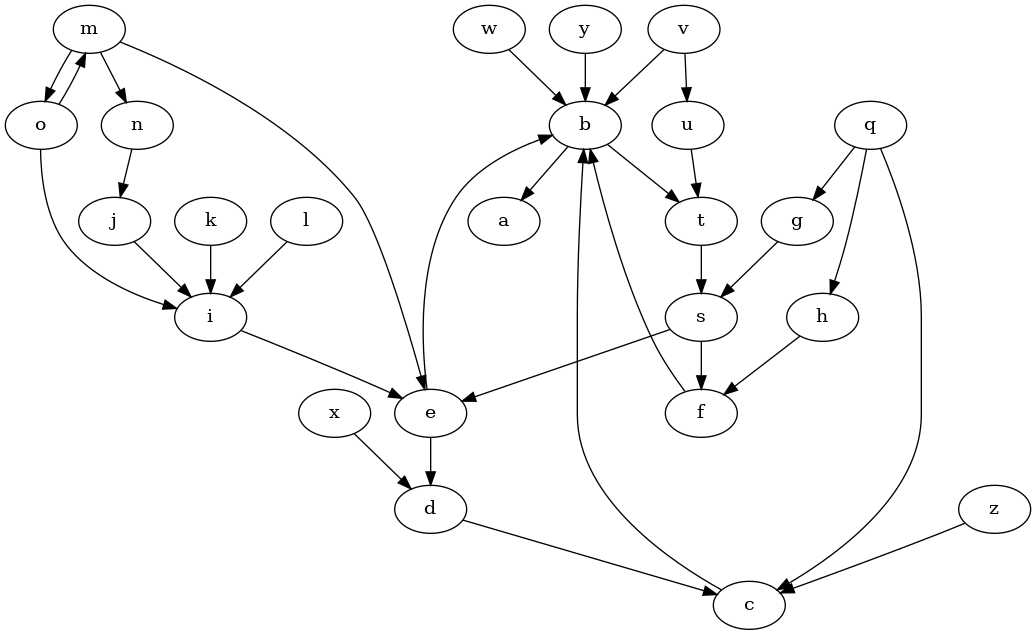
Before: XLoKR-2023/2-Statelog_version/output/uncolored_graph.png, a diagram exported from Graphviz (idaks/Games-and-Argumentation). Its source is kept beside it as XLoKR-2023/2-Statelog_version/output/uncolored_graph.dot.
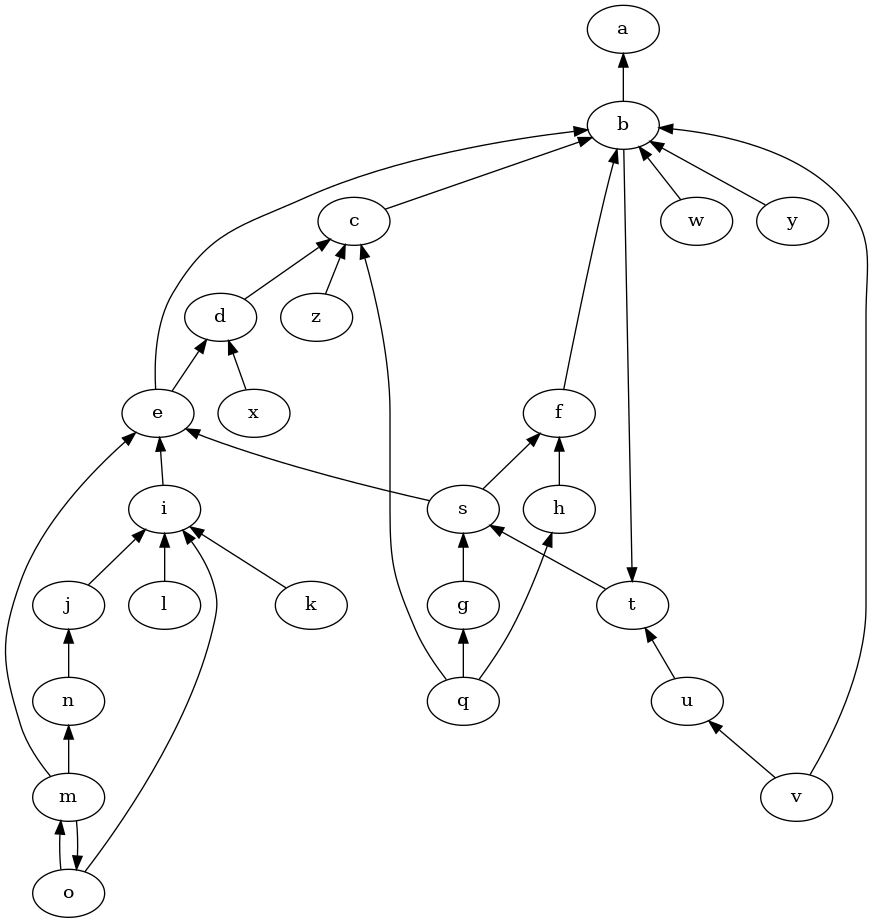
The same file after the commit.

Diff of the diagram source:
```diff
@@ -1,34 +1,34 @@
 strict digraph "" {
-	b -> a	[dir=forward];
-	b -> t	[dir=forward];
-	t -> s	[dir=forward];
-	c -> b	[dir=forward];
-	d -> c	[dir=forward];
-	e -> b	[dir=forward];
-	e -> d	[dir=forward];
-	f -> b	[dir=forward];
-	g -> s	[dir=forward];
-	s -> e	[dir=forward];
-	s -> f	[dir=forward];
-	h -> f	[dir=forward];
-	i -> e	[dir=forward];
-	j -> i	[dir=forward];
-	k -> i	[dir=forward];
-	l -> i	[dir=forward];
-	m -> e	[dir=forward];
-	m -> o	[dir=forward];
-	m -> n	[dir=forward];
-	o -> i	[dir=forward];
-	o -> m	[dir=forward];
-	n -> j	[dir=forward];
-	q -> c	[dir=forward];
-	q -> g	[dir=forward];
-	q -> h	[dir=forward];
-	u -> t	[dir=forward];
-	v -> b	[dir=forward];
-	v -> u	[dir=forward];
-	w -> b	[dir=forward];
-	x -> d	[dir=forward];
-	y -> b	[dir=forward];
-	z -> c	[dir=forward];
+	a -> b	[dir=back];
+	b -> c	[dir=back];
+	b -> e	[dir=back];
+	b -> f	[dir=back];
+	b -> v	[dir=back];
+	b -> w	[dir=back];
+	b -> y	[dir=back];
+	t -> b	[dir=back];
+	t -> u	[dir=back];
+	c -> d	[dir=back];
+	c -> q	[dir=back];
+	c -> z	[dir=back];
+	d -> e	[dir=back];
+	d -> x	[dir=back];
+	e -> s	[dir=back];
+	e -> i	[dir=back];
+	e -> m	[dir=back];
+	f -> s	[dir=back];
+	f -> h	[dir=back];
+	s -> t	[dir=back];
+	s -> g	[dir=back];
+	g -> q	[dir=back];
+	h -> q	[dir=back];
+	i -> j	[dir=back];
+	i -> k	[dir=back];
+	i -> l	[dir=back];
+	i -> o	[dir=back];
+	j -> n	[dir=back];
+	m -> o	[dir=back];
+	o -> m	[dir=back];
+	n -> m	[dir=back];
+	u -> v	[dir=back];
 }
```
